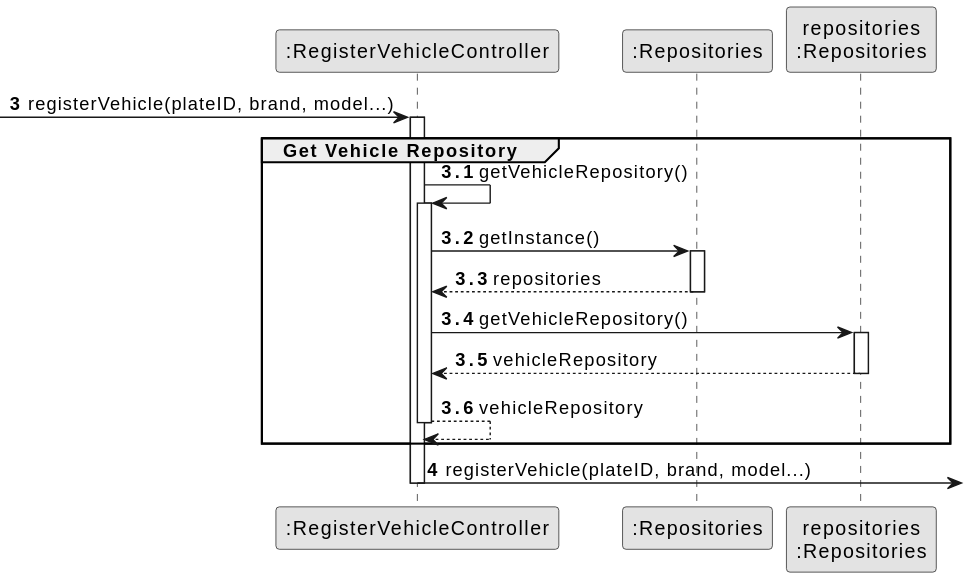
This is docs/sprintC/us006/03.design/svg/us006-sequence-diagram-partial-get-vehicle-repository.svg from SAEmanuel/Green_Spaces_Management_ISEP, a PlantUML export, as it was before one commit.
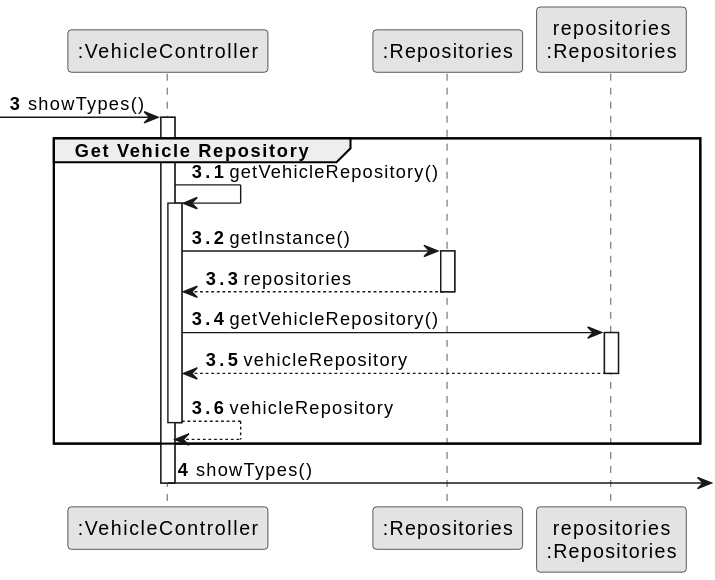
After the commit.

What changed in the source:
```diff
@@ -6,13 +6,13 @@
 autonumber
 
 
-participant ":RegisterVehicleController" as CTRL
+participant ":VehicleController" as CTRL
 participant ":Repositories" as RepositorySingleton
 participant "repositories\n:Repositories" as PLAT
 
 autonumber 3
 
- -> CTRL : registerVehicle(plateID, brand, model...)
+ -> CTRL : showTypes()
 autonumber 3.1
 activate CTRL
     group Get Vehicle Repository
@@ -39,6 +39,6 @@
 
     end
     autonumber 4
-    CTRL ->   : registerVehicle(plateID, brand, model...)
+    CTRL ->   : showTypes()
 deactivate CTRL
 @enduml
```
